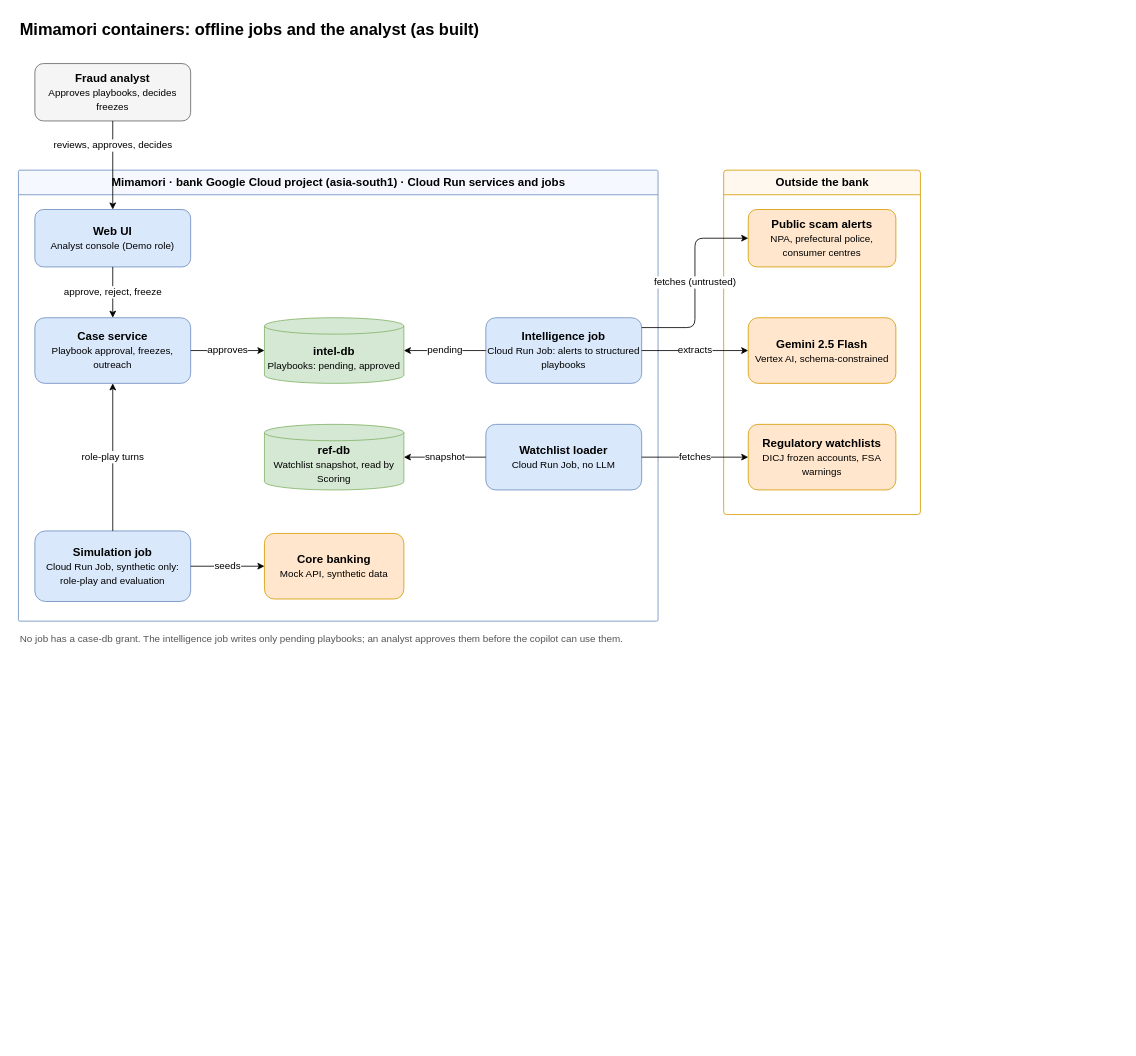
Above: docs/architecture/diagrams/src/c4-containers-offline.drawio in tanmaydarmorha/mimamori (draw.io), before the change. Source tidied: cells renumbered, new cells numbered last; positions are measured from the earlier drawing's top-left corner, leaving out a move shared by most shapes. Both pictures are drawn from the tidied source at 82%, with x=0, y=0 at pixel (18, 14).
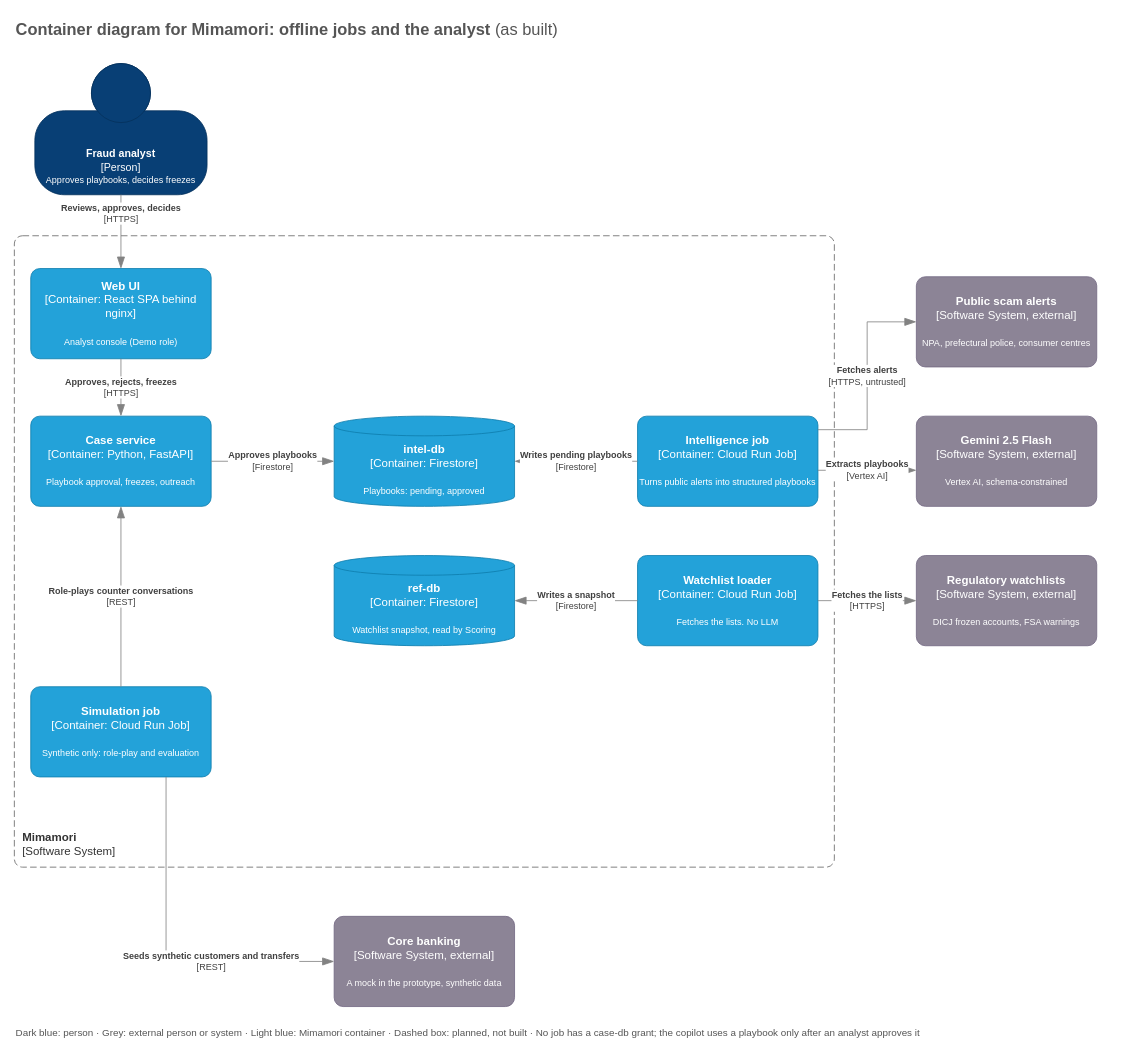
The same page after the edit.

Commit message (it also covers changes not shown here):
docs(architecture): container views in C4 notation

Diff of the diagram source:
```diff
@@
-    <mxCell id="2" value="Mimamori containers: offline jobs and the analyst (as built)" style="text;html=1;fontSize=20;fontStyle=1;align=left;verticalAlign=middle;" parent="1" vertex="1">
-      <mxGeometry width="800" height="36" as="geometry" />
-    </mxCell>
+    <mxCell id="28" value="&lt;b&gt;Container diagram for Mimamori: offline jobs and the analyst&lt;/b&gt; (as built)" style="text;html=1;fontSize=20;align=left;verticalAlign=middle;fontColor=#555555;" parent="1" vertex="1">
+      <mxGeometry x="-5" width="1000" height="36" as="geometry" />
+    </mxCell>
+    <mxCell id="29" value="&lt;b&gt;Mimamori&lt;/b&gt;&lt;br&gt;[Software System]" style="rounded=1;fontSize=14;whiteSpace=wrap;html=1;dashed=1;arcSize=20;fillColor=none;strokeColor=#666666;fontColor=#333333;labelBackgroundColor=none;align=left;verticalAlign=bottom;spacing=10;dashPattern=8 4;absoluteArcSize=1;" parent="1" vertex="1">
+      <mxGeometry x="-5" y="270" width="1000" height="770" as="geometry" />
+    </mxCell>
-    <mxCell id="3" value="&lt;b&gt;Fraud analyst&lt;/b&gt;&lt;br&gt;&lt;font style=&quot;font-size:12px&quot;&gt;Approves playbooks, decides freezes&lt;/font&gt;" style="rounded=1;whiteSpace=wrap;html=1;fillColor=#f5f5f5;strokeColor=#666666;fontSize=14;" parent="1" vertex="1">
-      <mxGeometry x="20" y="60" width="190" height="70" as="geometry" />
+    <mxCell id="3" value="&lt;b&gt;Fraud analyst&lt;/b&gt;&lt;br&gt;[Person]&lt;br&gt;&lt;font style=&quot;font-size:11px&quot;&gt;Approves playbooks, decides freezes&lt;/font&gt;" style="html=1;fontSize=13;whiteSpace=wrap;fillColor=#083F75;strokeColor=#06315C;fontColor=#ffffff;shape=mxgraph.c4.person2;align=center;verticalAlign=bottom;spacingBottom=8;" parent="1" vertex="1">
+      <mxGeometry x="20" y="60" width="210" height="160" as="geometry" />
     </mxCell>
-    <mxCell id="4" value="Mimamori · bank Google Cloud project (asia-south1) · Cloud Run services and jobs" style="swimlane;startSize=30;html=1;fillColor=#f5f9ff;strokeColor=#6c8ebf;fontSize=14;fontStyle=1;rounded=1;arcSize=2;" parent="1" vertex="1">
-      <mxGeometry y="190" width="780" height="550" as="geometry" />
-    </mxCell>
-    <mxCell id="5" value="&lt;b&gt;Web UI&lt;/b&gt;&lt;br&gt;&lt;font style=&quot;font-size:12px&quot;&gt;Analyst console (Demo role)&lt;/font&gt;" style="rounded=1;whiteSpace=wrap;html=1;fillColor=#dae8fc;strokeColor=#6c8ebf;fontSize=14;" parent="4" vertex="1">
-      <mxGeometry x="20" y="48" width="190" height="70" as="geometry" />
+    <mxCell id="5" value="&lt;b&gt;Web UI&lt;/b&gt;&lt;br&gt;[Container: React SPA behind nginx]&lt;br&gt;&lt;br&gt;&lt;font style=&quot;font-size:11px&quot;&gt;Analyst console (Demo role)&lt;/font&gt;" style="whiteSpace=wrap;html=1;fontSize=14;rounded=1;arcSize=10;fillColor=#23A2D9;strokeColor=#0E7DAD;fontColor=#ffffff;" parent="1" vertex="1">
+      <mxGeometry x="15" y="310" width="220" height="110" as="geometry" />
     </mxCell>
-    <mxCell id="6" value="&lt;b&gt;Case service&lt;/b&gt;&lt;br&gt;&lt;font style=&quot;font-size:12px&quot;&gt;Playbook approval, freezes, outreach&lt;/font&gt;" style="rounded=1;whiteSpace=wrap;html=1;fillColor=#dae8fc;strokeColor=#6c8ebf;fontSize=14;" parent="4" vertex="1">
-      <mxGeometry x="20" y="180" width="190" height="80" as="geometry" />
+    <mxCell id="6" value="&lt;b&gt;Case service&lt;/b&gt;&lt;br&gt;[Container: Python, FastAPI]&lt;br&gt;&lt;br&gt;&lt;font style=&quot;font-size:11px&quot;&gt;Playbook approval, freezes, outreach&lt;/font&gt;" style="whiteSpace=wrap;html=1;fontSize=14;rounded=1;arcSize=10;fillColor=#23A2D9;strokeColor=#0E7DAD;fontColor=#ffffff;" parent="1" vertex="1">
+      <mxGeometry x="15" y="490" width="220" height="110" as="geometry" />
     </mxCell>
-    <mxCell id="7" value="&lt;b&gt;intel-db&lt;/b&gt;&lt;br&gt;&lt;font style=&quot;font-size:12px&quot;&gt;Playbooks: pending, approved&lt;/font&gt;" style="shape=cylinder3;whiteSpace=wrap;html=1;boundedLbl=1;backgroundOutline=1;size=10;fillColor=#d5e8d4;strokeColor=#82b366;fontSize=14;" parent="4" vertex="1">
-      <mxGeometry x="300" y="180" width="170" height="80" as="geometry" />
+    <mxCell id="7" value="&lt;b&gt;intel-db&lt;/b&gt;&lt;br&gt;[Container: Firestore]&lt;br&gt;&lt;br&gt;&lt;font style=&quot;font-size:11px&quot;&gt;Playbooks: pending, approved&lt;/font&gt;" style="whiteSpace=wrap;html=1;fontSize=14;shape=cylinder3;size=12;boundedLbl=1;backgroundOutline=1;fillColor=#23A2D9;strokeColor=#0E7DAD;fontColor=#ffffff;" parent="1" vertex="1">
+      <mxGeometry x="385" y="490" width="220" height="110" as="geometry" />
     </mxCell>
-    <mxCell id="8" value="&lt;b&gt;Intelligence job&lt;/b&gt;&lt;br&gt;&lt;font style=&quot;font-size:12px&quot;&gt;Cloud Run Job: alerts to structured playbooks&lt;/font&gt;" style="rounded=1;whiteSpace=wrap;html=1;fillColor=#dae8fc;strokeColor=#6c8ebf;fontSize=14;" parent="4" vertex="1">
-      <mxGeometry x="570" y="180" width="190" height="80" as="geometry" />
+    <mxCell id="8" value="&lt;b&gt;Intelligence job&lt;/b&gt;&lt;br&gt;[Container: Cloud Run Job]&lt;br&gt;&lt;br&gt;&lt;font style=&quot;font-size:11px&quot;&gt;Turns public alerts into structured playbooks&lt;/font&gt;" style="whiteSpace=wrap;html=1;fontSize=14;rounded=1;arcSize=10;fillColor=#23A2D9;strokeColor=#0E7DAD;fontColor=#ffffff;" parent="1" vertex="1">
+      <mxGeometry x="755" y="490" width="220" height="110" as="geometry" />
     </mxCell>
-    <mxCell id="9" value="&lt;b&gt;ref-db&lt;/b&gt;&lt;br&gt;&lt;font style=&quot;font-size:12px&quot;&gt;Watchlist snapshot, read by Scoring&lt;/font&gt;" style="shape=cylinder3;whiteSpace=wrap;html=1;boundedLbl=1;backgroundOutline=1;size=10;fillColor=#d5e8d4;strokeColor=#82b366;fontSize=14;" parent="4" vertex="1">
-      <mxGeometry x="300" y="310" width="170" height="80" as="geometry" />
+    <mxCell id="9" value="&lt;b&gt;ref-db&lt;/b&gt;&lt;br&gt;[Container: Firestore]&lt;br&gt;&lt;br&gt;&lt;font style=&quot;font-size:11px&quot;&gt;Watchlist snapshot, read by Scoring&lt;/font&gt;" style="whiteSpace=wrap;html=1;fontSize=14;shape=cylinder3;size=12;boundedLbl=1;backgroundOutline=1;fillColor=#23A2D9;strokeColor=#0E7DAD;fontColor=#ffffff;" parent="1" vertex="1">
+      <mxGeometry x="385" y="660" width="220" height="110" as="geometry" />
     </mxCell>
-    <mxCell id="10" value="&lt;b&gt;Watchlist loader&lt;/b&gt;&lt;br&gt;&lt;font style=&quot;font-size:12px&quot;&gt;Cloud Run Job, no LLM&lt;/font&gt;" style="rounded=1;whiteSpace=wrap;html=1;fillColor=#dae8fc;strokeColor=#6c8ebf;fontSize=14;" parent="4" vertex="1">
-      <mxGeometry x="570" y="310" width="190" height="80" as="geometry" />
+    <mxCell id="10" value="&lt;b&gt;Watchlist loader&lt;/b&gt;&lt;br&gt;[Container: Cloud Run Job]&lt;br&gt;&lt;br&gt;&lt;font style=&quot;font-size:11px&quot;&gt;Fetches the lists. No LLM&lt;/font&gt;" style="whiteSpace=wrap;html=1;fontSize=14;rounded=1;arcSize=10;fillColor=#23A2D9;strokeColor=#0E7DAD;fontColor=#ffffff;" parent="1" vertex="1">
+      <mxGeometry x="755" y="660" width="220" height="110" as="geometry" />
     </mxCell>
-    <mxCell id="11" value="&lt;b&gt;Simulation job&lt;/b&gt;&lt;br&gt;&lt;font style=&quot;font-size:12px&quot;&gt;Cloud Run Job, synthetic only: role-play and evaluation&lt;/font&gt;" style="rounded=1;whiteSpace=wrap;html=1;fillColor=#dae8fc;strokeColor=#6c8ebf;fontSize=14;" parent="4" vertex="1">
-      <mxGeometry x="20" y="440" width="190" height="86" as="geometry" />
+    <mxCell id="11" value="&lt;b&gt;Simulation job&lt;/b&gt;&lt;br&gt;[Container: Cloud Run Job]&lt;br&gt;&lt;br&gt;&lt;font style=&quot;font-size:11px&quot;&gt;Synthetic only: role-play and evaluation&lt;/font&gt;" style="whiteSpace=wrap;html=1;fontSize=14;rounded=1;arcSize=10;fillColor=#23A2D9;strokeColor=#0E7DAD;fontColor=#ffffff;" parent="1" vertex="1">
+      <mxGeometry x="15" y="820" width="220" height="110" as="geometry" />
     </mxCell>
-    <mxCell id="12" value="&lt;b&gt;Core banking&lt;/b&gt;&lt;br&gt;&lt;font style=&quot;font-size:12px&quot;&gt;Mock API, synthetic data&lt;/font&gt;" style="rounded=1;whiteSpace=wrap;html=1;fillColor=#ffe6cc;strokeColor=#d79b00;fontSize=14;" parent="4" vertex="1">
-      <mxGeometry x="300" y="443" width="170" height="80" as="geometry" />
+    <mxCell id="12" value="&lt;b&gt;Core banking&lt;/b&gt;&lt;br&gt;[Software System, external]&lt;br&gt;&lt;br&gt;&lt;font style=&quot;font-size:11px&quot;&gt;A mock in the prototype, synthetic data&lt;/font&gt;" style="whiteSpace=wrap;html=1;fontSize=14;rounded=1;arcSize=10;fillColor=#8C8496;strokeColor=#736782;fontColor=#ffffff;" parent="1" vertex="1">
+      <mxGeometry x="385" y="1100" width="220" height="110" as="geometry" />
     </mxCell>
-    <mxCell id="13" value="Outside the bank" style="swimlane;startSize=30;html=1;fillColor=#fff8ef;strokeColor=#d79b00;fontSize=14;fontStyle=1;rounded=1;arcSize=4;" parent="1" vertex="1">
-      <mxGeometry x="860" y="190" width="240" height="420" as="geometry" />
-    </mxCell>
-    <mxCell id="14" value="&lt;b&gt;Public scam alerts&lt;/b&gt;&lt;br&gt;&lt;font style=&quot;font-size:12px&quot;&gt;NPA, prefectural police, consumer centres&lt;/font&gt;" style="rounded=1;whiteSpace=wrap;html=1;fillColor=#ffe6cc;strokeColor=#d79b00;fontSize=14;" parent="13" vertex="1">
-      <mxGeometry x="30" y="48" width="180" height="70" as="geometry" />
+    <mxCell id="14" value="&lt;b&gt;Public scam alerts&lt;/b&gt;&lt;br&gt;[Software System, external]&lt;br&gt;&lt;br&gt;&lt;font style=&quot;font-size:11px&quot;&gt;NPA, prefectural police, consumer centres&lt;/font&gt;" style="whiteSpace=wrap;html=1;fontSize=14;rounded=1;arcSize=10;fillColor=#8C8496;strokeColor=#736782;fontColor=#ffffff;" parent="1" vertex="1">
+      <mxGeometry x="1095" y="320" width="220" height="110" as="geometry" />
     </mxCell>
-    <mxCell id="15" value="&lt;b&gt;Gemini 2.5 Flash&lt;/b&gt;&lt;br&gt;&lt;font style=&quot;font-size:12px&quot;&gt;Vertex AI, schema-constrained&lt;/font&gt;" style="rounded=1;whiteSpace=wrap;html=1;fillColor=#ffe6cc;strokeColor=#d79b00;fontSize=14;" parent="13" vertex="1">
-      <mxGeometry x="30" y="180" width="180" height="80" as="geometry" />
+    <mxCell id="15" value="&lt;b&gt;Gemini 2.5 Flash&lt;/b&gt;&lt;br&gt;[Software System, external]&lt;br&gt;&lt;br&gt;&lt;font style=&quot;font-size:11px&quot;&gt;Vertex AI, schema-constrained&lt;/font&gt;" style="whiteSpace=wrap;html=1;fontSize=14;rounded=1;arcSize=10;fillColor=#8C8496;strokeColor=#736782;fontColor=#ffffff;" parent="1" vertex="1">
+      <mxGeometry x="1095" y="490" width="220" height="110" as="geometry" />
     </mxCell>
-    <mxCell id="16" value="&lt;b&gt;Regulatory watchlists&lt;/b&gt;&lt;br&gt;&lt;font style=&quot;font-size:12px&quot;&gt;DICJ frozen accounts, FSA warnings&lt;/font&gt;" style="rounded=1;whiteSpace=wrap;html=1;fillColor=#ffe6cc;strokeColor=#d79b00;fontSize=14;" parent="13" vertex="1">
-      <mxGeometry x="30" y="310" width="180" height="80" as="geometry" />
+    <mxCell id="16" value="&lt;b&gt;Regulatory watchlists&lt;/b&gt;&lt;br&gt;[Software System, external]&lt;br&gt;&lt;br&gt;&lt;font style=&quot;font-size:11px&quot;&gt;DICJ frozen accounts, FSA warnings&lt;/font&gt;" style="whiteSpace=wrap;html=1;fontSize=14;rounded=1;arcSize=10;fillColor=#8C8496;strokeColor=#736782;fontColor=#ffffff;" parent="1" vertex="1">
+      <mxGeometry x="1095" y="660" width="220" height="110" as="geometry" />
     </mxCell>
-    <mxCell id="17" value="No job has a case-db grant. The intelligence job writes only pending playbooks; an analyst approves them before the copilot can use them." style="text;html=1;fontSize=12;align=left;verticalAlign=middle;fontColor=#555555;" parent="1" vertex="1">
-      <mxGeometry y="750" width="1040" height="24" as="geometry" />
-    </mxCell>
-    <mxCell id="18" value="reviews, approves, decides" style="edgeStyle=orthogonalEdgeStyle;rounded=1;html=1;fontSize=12;" parent="1" edge="1" source="3" target="5">
-      <mxGeometry x="-0.45" relative="1" as="geometry" />
+    <mxCell id="18" value="&lt;b&gt;Reviews, approves, decides&lt;/b&gt;&lt;br&gt;[HTTPS]" style="html=1;fontSize=11;fontColor=#404040;endArrow=blockThin;endFill=1;endSize=12;strokeColor=#828282;edgeStyle=orthogonalEdgeStyle;rounded=0;labelBackgroundColor=#ffffff;exitX=0.5;exitY=1;exitDx=0;exitDy=0;entryX=0.5;entryY=0;entryDx=0;entryDy=0;" parent="1" edge="1" source="3" target="5">
+      <mxGeometry x="-0.5" relative="1" as="geometry" />
     </mxCell>
-    <mxCell id="19" value="approve, reject, freeze" style="edgeStyle=orthogonalEdgeStyle;rounded=1;html=1;fontSize=12;" parent="4" edge="1" source="5" target="6">
+    <mxCell id="19" value="&lt;b&gt;Approves, rejects, freezes&lt;/b&gt;&lt;br&gt;[HTTPS]" style="html=1;fontSize=11;fontColor=#404040;endArrow=blockThin;endFill=1;endSize=12;strokeColor=#828282;edgeStyle=orthogonalEdgeStyle;rounded=0;labelBackgroundColor=#ffffff;exitX=0.5;exitY=1;exitDx=0;exitDy=0;entryX=0.5;entryY=0;entryDx=0;entryDy=0;" parent="1" edge="1" source="5" target="6">
       <mxGeometry relative="1" as="geometry" />
     </mxCell>
-    <mxCell id="20" value="approves" style="edgeStyle=orthogonalEdgeStyle;rounded=1;html=1;fontSize=12;exitX=1;exitY=0.5;exitDx=0;exitDy=0;entryX=0;entryY=0.5;entryDx=0;entryDy=0;entryPerimeter=0;" parent="4" edge="1" source="6" target="7">
+    <mxCell id="20" value="&lt;b&gt;Approves playbooks&lt;/b&gt;&lt;br&gt;[Firestore]" style="html=1;fontSize=11;fontColor=#404040;endArrow=blockThin;endFill=1;endSize=12;strokeColor=#828282;edgeStyle=orthogonalEdgeStyle;rounded=0;labelBackgroundColor=#ffffff;exitX=1;exitY=0.5;exitDx=0;exitDy=0;entryX=0;entryY=0.5;entryDx=0;entryDy=0;" parent="1" edge="1" source="6" target="7">
       <mxGeometry relative="1" as="geometry" />
     </mxCell>
-    <mxCell id="21" value="pending" style="edgeStyle=orthogonalEdgeStyle;rounded=1;html=1;fontSize=12;exitX=0;exitY=0.5;exitDx=0;exitDy=0;entryX=1;entryY=0.5;entryDx=0;entryDy=0;entryPerimeter=0;" parent="4" edge="1" source="8" target="7">
+    <mxCell id="21" value="&lt;b&gt;Writes pending playbooks&lt;/b&gt;&lt;br&gt;[Firestore]" style="html=1;fontSize=11;fontColor=#404040;endArrow=blockThin;endFill=1;endSize=12;strokeColor=#828282;edgeStyle=orthogonalEdgeStyle;rounded=0;labelBackgroundColor=#ffffff;exitX=0;exitY=0.5;exitDx=0;exitDy=0;entryX=1;entryY=0.5;entryDx=0;entryDy=0;" parent="1" edge="1" source="8" target="7">
       <mxGeometry relative="1" as="geometry" />
     </mxCell>
+    <mxCell id="25" value="&lt;b&gt;Fetches alerts&lt;/b&gt;&lt;br&gt;[HTTPS, untrusted]" style="html=1;fontSize=11;fontColor=#404040;endArrow=blockThin;endFill=1;endSize=12;strokeColor=#828282;edgeStyle=orthogonalEdgeStyle;rounded=0;labelBackgroundColor=#ffffff;exitX=1;exitY=0.15;exitDx=0;exitDy=0;entryX=0;entryY=0.5;entryDx=0;entryDy=0;" parent="1" edge="1" source="8" target="14">
+      <mxGeometry relative="1" as="geometry">
+        <Array as="points">
+          <mxPoint x="1035" y="506.5" />
+          <mxPoint x="1035" y="375" />
+        </Array>
+      </mxGeometry>
+    </mxCell>
+    <mxCell id="26" value="&lt;b&gt;Extracts playbooks&lt;/b&gt;&lt;br&gt;[Vertex AI]" style="html=1;fontSize=11;fontColor=#404040;endArrow=blockThin;endFill=1;endSize=12;strokeColor=#828282;edgeStyle=orthogonalEdgeStyle;rounded=0;labelBackgroundColor=#ffffff;exitX=1;exitY=0.6;exitDx=0;exitDy=0;entryX=0;entryY=0.6;entryDx=0;entryDy=0;" parent="1" edge="1" source="8" target="15">
+      <mxGeometry relative="1" as="geometry" />
+    </mxCell>
+    <mxCell id="27" value="&lt;b&gt;Fetches the lists&lt;/b&gt;&lt;br&gt;[HTTPS]" style="html=1;fontSize=11;fontColor=#404040;endArrow=blockThin;endFill=1;endSize=12;strokeColor=#828282;edgeStyle=orthogonalEdgeStyle;rounded=0;labelBackgroundColor=#ffffff;exitX=1;exitY=0.5;exitDx=0;exitDy=0;entryX=0;entryY=0.5;entryDx=0;entryDy=0;" parent="1" edge="1" source="10" target="16">
+      <mxGeometry relative="1" as="geometry" />
+    </mxCell>
-    <mxCell id="22" value="snapshot" style="edgeStyle=orthogonalEdgeStyle;rounded=1;html=1;fontSize=12;exitX=0;exitY=0.5;exitDx=0;exitDy=0;entryX=1;entryY=0.5;entryDx=0;entryDy=0;entryPerimeter=0;" parent="4" edge="1" source="10" target="9">
+    <mxCell id="22" value="&lt;b&gt;Writes a snapshot&lt;/b&gt;&lt;br&gt;[Firestore]" style="html=1;fontSize=11;fontColor=#404040;endArrow=blockThin;endFill=1;endSize=12;strokeColor=#828282;edgeStyle=orthogonalEdgeStyle;rounded=0;labelBackgroundColor=#ffffff;exitX=0;exitY=0.5;exitDx=0;exitDy=0;entryX=1;entryY=0.5;entryDx=0;entryDy=0;" parent="1" edge="1" source="10" target="9">
       <mxGeometry relative="1" as="geometry" />
     </mxCell>
-    <mxCell id="23" value="role-play turns" style="edgeStyle=orthogonalEdgeStyle;rounded=1;html=1;fontSize=12;exitX=0.5;exitY=0;exitDx=0;exitDy=0;entryX=0.5;entryY=1;entryDx=0;entryDy=0;" parent="4" edge="1" source="11" target="6">
+    <mxCell id="23" value="&lt;b&gt;Role-plays counter conversations&lt;/b&gt;&lt;br&gt;[REST]" style="html=1;fontSize=11;fontColor=#404040;endArrow=blockThin;endFill=1;endSize=12;strokeColor=#828282;edgeStyle=orthogonalEdgeStyle;rounded=0;labelBackgroundColor=#ffffff;exitX=0.5;exitY=0;exitDx=0;exitDy=0;entryX=0.5;entryY=1;entryDx=0;entryDy=0;" parent="1" edge="1" source="11" target="6">
       <mxGeometry relative="1" as="geometry" />
     </mxCell>
-    <mxCell id="24" value="seeds" style="edgeStyle=orthogonalEdgeStyle;rounded=1;html=1;fontSize=12;exitX=1;exitY=0.5;exitDx=0;exitDy=0;entryX=0;entryY=0.5;entryDx=0;entryDy=0;" parent="4" edge="1" source="11" target="12">
-      <mxGeometry relative="1" as="geometry" />
+    <mxCell id="24" value="&lt;b&gt;Seeds synthetic customers and transfers&lt;/b&gt;&lt;br&gt;[REST]" style="html=1;fontSize=11;fontColor=#404040;endArrow=blockThin;endFill=1;endSize=12;strokeColor=#828282;edgeStyle=orthogonalEdgeStyle;rounded=0;labelBackgroundColor=#ffffff;exitX=0.75;exitY=1;exitDx=0;exitDy=0;entryX=0;entryY=0.5;entryDx=0;entryDy=0;" parent="1" edge="1" source="11" target="12">
+      <mxGeometry x="0.3" relative="1" as="geometry">
+        <Array as="points">
+          <mxPoint x="180" y="1155" />
+        </Array>
+      </mxGeometry>
     </mxCell>
-    <mxCell id="25" value="fetches (untrusted)" style="edgeStyle=orthogonalEdgeStyle;rounded=1;html=1;fontSize=12;exitX=1;exitY=0.15;exitDx=0;exitDy=0;entryX=0;entryY=0.5;entryDx=0;entryDy=0;" parent="1" edge="1" source="8" target="14">
-      <mxGeometry relative="1" as="geometry" />
-    </mxCell>
-    <mxCell id="26" value="extracts" style="edgeStyle=orthogonalEdgeStyle;rounded=1;html=1;fontSize=12;exitX=1;exitY=0.5;exitDx=0;exitDy=0;entryX=0;entryY=0.5;entryDx=0;entryDy=0;" parent="1" edge="1" source="8" target="15">
-      <mxGeometry relative="1" as="geometry" />
-    </mxCell>
-    <mxCell id="27" value="fetches" style="edgeStyle=orthogonalEdgeStyle;rounded=1;html=1;fontSize=12;exitX=1;exitY=0.5;exitDx=0;exitDy=0;entryX=0;entryY=0.5;entryDx=0;entryDy=0;" parent="1" edge="1" source="10" target="16">
-      <mxGeometry relative="1" as="geometry" />
-    </mxCell>
+    <mxCell id="30" value="Dark blue: person · Grey: external person or system · Light blue: Mimamori container · Dashed box: planned, not built · No job has a case-db grant; the copilot uses a playbook only after an analyst approves it" style="text;html=1;fontSize=12;align=left;verticalAlign=middle;fontColor=#555555;" parent="1" vertex="1">
+      <mxGeometry x="-5" y="1230" width="1350" height="24" as="geometry" />
+    </mxCell>
```
